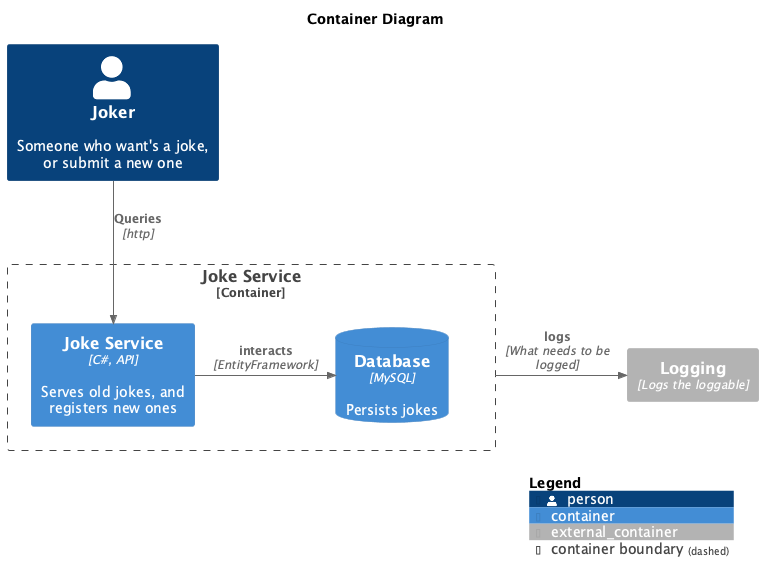
This is diagrams/C4_Container.png from BjoernGoettler/DLS_compulsory_assignment01, a PlantUML export, as it was before one commit.
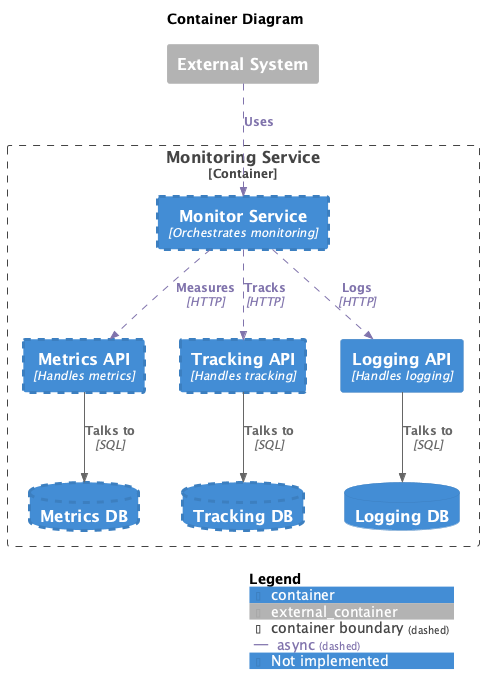
After the commit.

What changed in the source:
```diff
@@ -1,19 +1,49 @@
 @startuml C4_Container
 !include https://raw.githubusercontent.com/plantuml-stdlib/C4-PlantUML/master/C4_Container.puml
+
+!$COLOR_A_5 = "#7f3b08"
+!$COLOR_A_4 = "#b35806"
+!$COLOR_A_3 = "#e08214"
+!$COLOR_A_2 = "#fdb863"
+!$COLOR_A_1 = "#fee0b6"
+!$COLOR_NEUTRAL = "#f7f7f7"
+!$COLOR_B_1 = "#d8daeb"
+!$COLOR_B_2 = "#b2abd2"
+!$COLOR_B_3 = "#8073ac"
+!$COLOR_B_4 = "#542788"
+!$COLOR_B_5 = "#2d004b"
+!$COLOR_REL_LINE = "#8073ac"
+!$COLOR_REL_TEXT = "#8073ac"
+
 
 !define DEVICONS https://raw.githubusercontent.com/tupadr3/plantuml-icon-font-sprites/master/devicons
 !define FONTAWESOME https://raw.githubusercontent.com/tupadr3/plantuml-icon-font-sprites/master/font-awesome-5
 
 title Container Diagram
+AddRelTag("async", $textColor=$COLOR_REL_TEXT, $lineColor=$COLOR_REL_LINE, $lineStyle = DashedLine())
+AddContainerTag(notimplemented, $borderThickness=3, $borderStyle=DashedLine(), $legendText="Not implemented")
 
-Person(user, "Joker", "Someone who want's a joke, or submit a new one")
-Container_Boundary(c1, "Joke Service") {
-    Container(service, "Joke Service", "C#, API", "Serves old jokes, and registers new ones")
-    ContainerDb(database, "Database", "MySQL", "Persists jokes")
+Container_Ext(external, "External System")
+Container_Boundary(monitoringservice, "Monitoring Service"){
+    Container(monitorservice, "Monitor Service", "Orchestrates monitoring", $tags=notimplemented)
+    Container(metricsapi, "Metrics API", "Handles metrics", $tags=notimplemented)
+    Container(trackingapi, "Tracking API", "Handles tracking", $tags=notimplemented)
+    Container(loggingapi, "Logging API", "Handles logging")
+    ContainerDb(metricsdb, "Metrics DB", $tags=notimplemented)
+    ContainerDb(trackingdb, "Tracking DB", $tags=notimplemented)
+    ContainerDb(loggingdb, "Logging DB")
 }
-Container_Ext(logging, "Logging", "Logs the loggable")
-Rel_D(user, service, "Queries", "http")
-Rel_R(service, database, "interacts", "EntityFramework")
-Rel_R(c1, logging, "logs", "What needs to be logged")
+
+Rel(external, monitorservice, "Uses", $tags=async)
+
+Rel(monitorservice, metricsapi, "Measures", "HTTP", $tags=async)
+Rel(metricsapi, metricsdb, "Talks to", "SQL")
+
+Rel(monitorservice, trackingapi, "Tracks", "HTTP", $tags=async)
+Rel(trackingapi, trackingdb, "Talks to", "SQL")
+
+Rel(monitorservice, loggingapi, "Logs", "HTTP", $tags=async)
+Rel(loggingapi, loggingdb, "Talks to", "SQL")
+
 SHOW_LEGEND()
 @enduml
```
